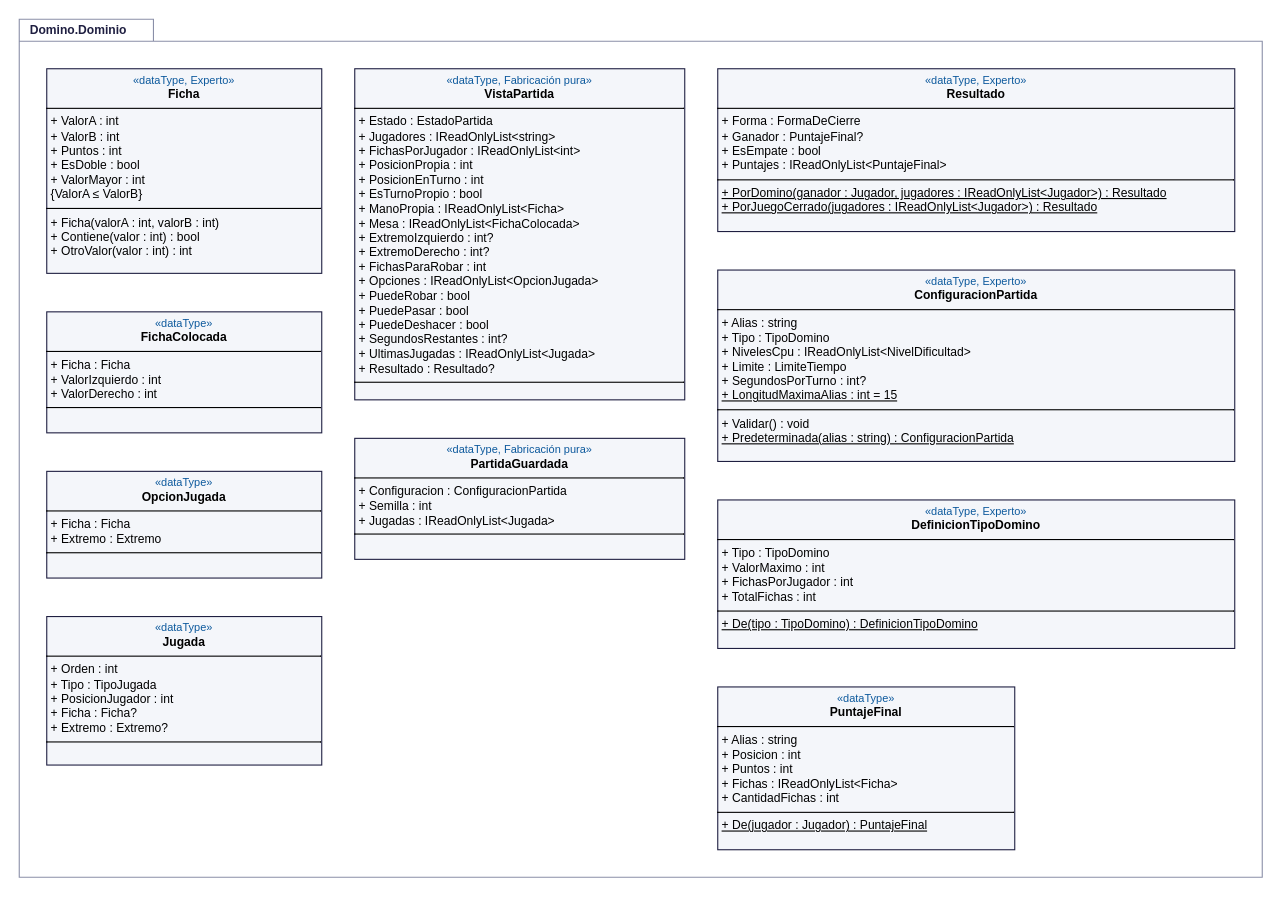
Above: Documentación/diagramas/tipos_dato.drawio in DevJulianSanchez/domino-con-patrones (draw.io), before the change. Source tidied: cells renumbered, new cells numbered last; positions are measured from the earlier drawing's top-left corner, leaving out a move shared by most shapes. Both pictures are drawn from the tidied source at 110%, with x=0, y=0 at pixel (19, 19).
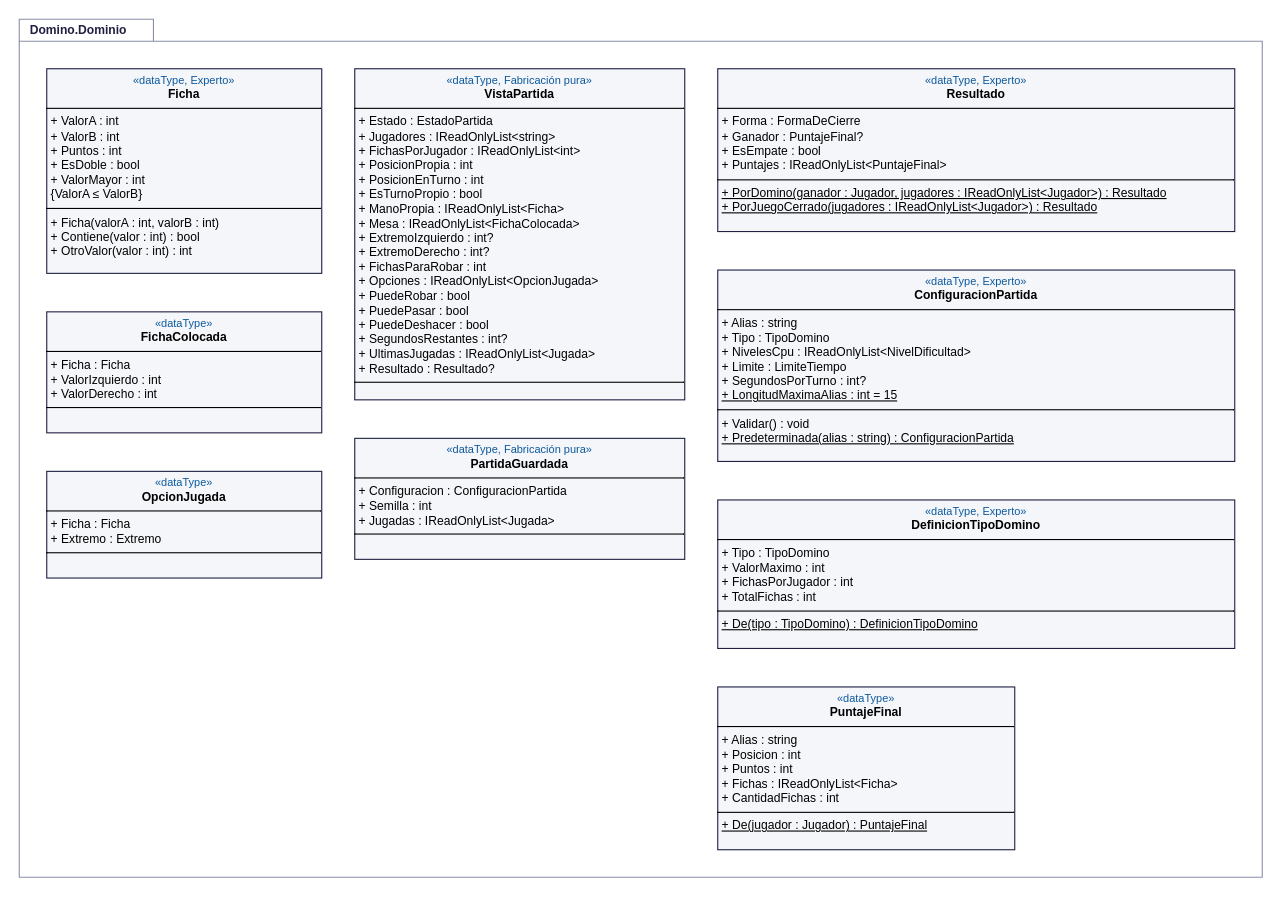
The same diagram, later.

The edit, as a diff of the source:
```diff
@@
 <mxGraphModel>
   <root>
     <mxCell id="0" />
     <mxCell id="1" parent="0" />
     <mxCell id="2" value="Domino.Dominio" style="shape=folder;tabPosition=left;tabWidth=122;tabHeight=20;html=1;fillColor=none;strokeColor=#8A8FA8;verticalAlign=top;align=left;spacingLeft=8;spacingTop=-3;fontStyle=1;fontColor=#1F1F41;fontFamily=Arial;fontSize=11;" parent="1" vertex="1">
       <mxGeometry width="1130" height="780" as="geometry" />
     </mxCell>
     <mxCell id="3" value="&lt;p style=&quot;margin:0px;margin-top:4px;text-align:center;&quot;&gt;&lt;span style=&quot;color:#0B589C;font-size:10px&quot;&gt;«dataType, Experto»&lt;/span&gt;&lt;br&gt;&lt;b&gt;Ficha&lt;/b&gt;&lt;/p&gt;&lt;hr size=&quot;1&quot; style=&quot;border-style:solid;&quot;&gt;&lt;p style=&quot;margin:0px;margin-left:4px;&quot;&gt;+ ValorA : int&lt;br&gt;+ ValorB : int&lt;br&gt;+ Puntos : int&lt;br&gt;+ EsDoble : bool&lt;br&gt;+ ValorMayor : int&lt;br&gt;{ValorA ≤ ValorB}&lt;/p&gt;&lt;hr size=&quot;1&quot; style=&quot;border-style:solid;&quot;&gt;&lt;p style=&quot;margin:0px;margin-left:4px;&quot;&gt;+ Ficha(valorA : int, valorB : int)&lt;br&gt;+ Contiene(valor : int) : bool&lt;br&gt;+ OtroValor(valor : int) : int&lt;/p&gt;" style="verticalAlign=top;align=left;overflow=fill;html=1;whiteSpace=wrap;fillColor=#F4F6FA;strokeColor=#1F1F41;fontFamily=Arial;fontSize=11;" parent="1" vertex="1">
       <mxGeometry x="25" y="45" width="250" height="186" as="geometry" />
     </mxCell>
     <mxCell id="4" value="&lt;p style=&quot;margin:0px;margin-top:4px;text-align:center;&quot;&gt;&lt;span style=&quot;color:#0B589C;font-size:10px&quot;&gt;«dataType»&lt;/span&gt;&lt;br&gt;&lt;b&gt;FichaColocada&lt;/b&gt;&lt;/p&gt;&lt;hr size=&quot;1&quot; style=&quot;border-style:solid;&quot;&gt;&lt;p style=&quot;margin:0px;margin-left:4px;&quot;&gt;+ Ficha : Ficha&lt;br&gt;+ ValorIzquierdo : int&lt;br&gt;+ ValorDerecho : int&lt;/p&gt;&lt;hr size=&quot;1&quot; style=&quot;border-style:solid;&quot;&gt;&lt;p style=&quot;margin:0px;margin-left:4px;&quot;&gt;&lt;/p&gt;" style="verticalAlign=top;align=left;overflow=fill;html=1;whiteSpace=wrap;fillColor=#F4F6FA;strokeColor=#1F1F41;fontFamily=Arial;fontSize=11;" parent="1" vertex="1">
       <mxGeometry x="25" y="266" width="250" height="110" as="geometry" />
     </mxCell>
     <mxCell id="5" value="&lt;p style=&quot;margin:0px;margin-top:4px;text-align:center;&quot;&gt;&lt;span style=&quot;color:#0B589C;font-size:10px&quot;&gt;«dataType»&lt;/span&gt;&lt;br&gt;&lt;b&gt;OpcionJugada&lt;/b&gt;&lt;/p&gt;&lt;hr size=&quot;1&quot; style=&quot;border-style:solid;&quot;&gt;&lt;p style=&quot;margin:0px;margin-left:4px;&quot;&gt;+ Ficha : Ficha&lt;br&gt;+ Extremo : Extremo&lt;/p&gt;&lt;hr size=&quot;1&quot; style=&quot;border-style:solid;&quot;&gt;&lt;p style=&quot;margin:0px;margin-left:4px;&quot;&gt;&lt;/p&gt;" style="verticalAlign=top;align=left;overflow=fill;html=1;whiteSpace=wrap;fillColor=#F4F6FA;strokeColor=#1F1F41;fontFamily=Arial;fontSize=11;" parent="1" vertex="1">
       <mxGeometry x="25" y="411" width="250" height="97" as="geometry" />
     </mxCell>
-    <mxCell id="6" value="&lt;p style=&quot;margin:0px;margin-top:4px;text-align:center;&quot;&gt;&lt;span style=&quot;color:#0B589C;font-size:10px&quot;&gt;«dataType»&lt;/span&gt;&lt;br&gt;&lt;b&gt;Jugada&lt;/b&gt;&lt;/p&gt;&lt;hr size=&quot;1&quot; style=&quot;border-style:solid;&quot;&gt;&lt;p style=&quot;margin:0px;margin-left:4px;&quot;&gt;+ Orden : int&lt;br&gt;+ Tipo : TipoJugada&lt;br&gt;+ PosicionJugador : int&lt;br&gt;+ Ficha : Ficha?&lt;br&gt;+ Extremo : Extremo?&lt;/p&gt;&lt;hr size=&quot;1&quot; style=&quot;border-style:solid;&quot;&gt;&lt;p style=&quot;margin:0px;margin-left:4px;&quot;&gt;&lt;/p&gt;" style="verticalAlign=top;align=left;overflow=fill;html=1;whiteSpace=wrap;fillColor=#F4F6FA;strokeColor=#1F1F41;fontFamily=Arial;fontSize=11;" parent="1" vertex="1">
-      <mxGeometry x="25" y="543" width="250" height="135" as="geometry" />
-    </mxCell>
     <mxCell id="7" value="&lt;p style=&quot;margin:0px;margin-top:4px;text-align:center;&quot;&gt;&lt;span style=&quot;color:#0B589C;font-size:10px&quot;&gt;«dataType, Fabricación pura»&lt;/span&gt;&lt;br&gt;&lt;b&gt;VistaPartida&lt;/b&gt;&lt;/p&gt;&lt;hr size=&quot;1&quot; style=&quot;border-style:solid;&quot;&gt;&lt;p style=&quot;margin:0px;margin-left:4px;&quot;&gt;+ Estado : EstadoPartida&lt;br&gt;+ Jugadores : IReadOnlyList&amp;lt;string&amp;gt;&lt;br&gt;+ FichasPorJugador : IReadOnlyList&amp;lt;int&amp;gt;&lt;br&gt;+ PosicionPropia : int&lt;br&gt;+ PosicionEnTurno : int&lt;br&gt;+ EsTurnoPropio : bool&lt;br&gt;+ ManoPropia : IReadOnlyList&amp;lt;Ficha&amp;gt;&lt;br&gt;+ Mesa : IReadOnlyList&amp;lt;FichaColocada&amp;gt;&lt;br&gt;+ ExtremoIzquierdo : int?&lt;br&gt;+ ExtremoDerecho : int?&lt;br&gt;+ FichasParaRobar : int&lt;br&gt;+ Opciones : IReadOnlyList&amp;lt;OpcionJugada&amp;gt;&lt;br&gt;+ PuedeRobar : bool&lt;br&gt;+ PuedePasar : bool&lt;br&gt;+ PuedeDeshacer : bool&lt;br&gt;+ SegundosRestantes : int?&lt;br&gt;+ UltimasJugadas : IReadOnlyList&amp;lt;Jugada&amp;gt;&lt;br&gt;+ Resultado : Resultado?&lt;/p&gt;&lt;hr size=&quot;1&quot; style=&quot;border-style:solid;&quot;&gt;&lt;p style=&quot;margin:0px;margin-left:4px;&quot;&gt;&lt;/p&gt;" style="verticalAlign=top;align=left;overflow=fill;html=1;whiteSpace=wrap;fillColor=#F4F6FA;strokeColor=#1F1F41;fontFamily=Arial;fontSize=11;" parent="1" vertex="1">
       <mxGeometry x="305" y="45" width="300" height="301" as="geometry" />
     </mxCell>
     <mxCell id="8" value="&lt;p style=&quot;margin:0px;margin-top:4px;text-align:center;&quot;&gt;&lt;span style=&quot;color:#0B589C;font-size:10px&quot;&gt;«dataType, Fabricación pura»&lt;/span&gt;&lt;br&gt;&lt;b&gt;PartidaGuardada&lt;/b&gt;&lt;/p&gt;&lt;hr size=&quot;1&quot; style=&quot;border-style:solid;&quot;&gt;&lt;p style=&quot;margin:0px;margin-left:4px;&quot;&gt;+ Configuracion : ConfiguracionPartida&lt;br&gt;+ Semilla : int&lt;br&gt;+ Jugadas : IReadOnlyList&amp;lt;Jugada&amp;gt;&lt;/p&gt;&lt;hr size=&quot;1&quot; style=&quot;border-style:solid;&quot;&gt;&lt;p style=&quot;margin:0px;margin-left:4px;&quot;&gt;&lt;/p&gt;" style="verticalAlign=top;align=left;overflow=fill;html=1;whiteSpace=wrap;fillColor=#F4F6FA;strokeColor=#1F1F41;fontFamily=Arial;fontSize=11;" parent="1" vertex="1">
       <mxGeometry x="305" y="381" width="300" height="110" as="geometry" />
     </mxCell>
     <mxCell id="9" value="&lt;p style=&quot;margin:0px;margin-top:4px;text-align:center;&quot;&gt;&lt;span style=&quot;color:#0B589C;font-size:10px&quot;&gt;«dataType, Experto»&lt;/span&gt;&lt;br&gt;&lt;b&gt;Resultado&lt;/b&gt;&lt;/p&gt;&lt;hr size=&quot;1&quot; style=&quot;border-style:solid;&quot;&gt;&lt;p style=&quot;margin:0px;margin-left:4px;&quot;&gt;+ Forma : FormaDeCierre&lt;br&gt;+ Ganador : PuntajeFinal?&lt;br&gt;+ EsEmpate : bool&lt;br&gt;+ Puntajes : IReadOnlyList&amp;lt;PuntajeFinal&amp;gt;&lt;/p&gt;&lt;hr size=&quot;1&quot; style=&quot;border-style:solid;&quot;&gt;&lt;p style=&quot;margin:0px;margin-left:4px;&quot;&gt;&lt;u&gt;+ PorDomino(ganador : Jugador, jugadores : IReadOnlyList&amp;lt;Jugador&amp;gt;) : Resultado&lt;/u&gt;&lt;br&gt;&lt;u&gt;+ PorJuegoCerrado(jugadores : IReadOnlyList&amp;lt;Jugador&amp;gt;) : Resultado&lt;/u&gt;&lt;/p&gt;" style="verticalAlign=top;align=left;overflow=fill;html=1;whiteSpace=wrap;fillColor=#F4F6FA;strokeColor=#1F1F41;fontFamily=Arial;fontSize=11;" parent="1" vertex="1">
       <mxGeometry x="635" y="45" width="470" height="148" as="geometry" />
     </mxCell>
     <mxCell id="10" value="&lt;p style=&quot;margin:0px;margin-top:4px;text-align:center;&quot;&gt;&lt;span style=&quot;color:#0B589C;font-size:10px&quot;&gt;«dataType, Experto»&lt;/span&gt;&lt;br&gt;&lt;b&gt;ConfiguracionPartida&lt;/b&gt;&lt;/p&gt;&lt;hr size=&quot;1&quot; style=&quot;border-style:solid;&quot;&gt;&lt;p style=&quot;margin:0px;margin-left:4px;&quot;&gt;+ Alias : string&lt;br&gt;+ Tipo : TipoDomino&lt;br&gt;+ NivelesCpu : IReadOnlyList&amp;lt;NivelDificultad&amp;gt;&lt;br&gt;+ Limite : LimiteTiempo&lt;br&gt;+ SegundosPorTurno : int?&lt;br&gt;&lt;u&gt;+ LongitudMaximaAlias : int = 15&lt;/u&gt;&lt;/p&gt;&lt;hr size=&quot;1&quot; style=&quot;border-style:solid;&quot;&gt;&lt;p style=&quot;margin:0px;margin-left:4px;&quot;&gt;+ Validar() : void&lt;br&gt;&lt;u&gt;+ Predeterminada(alias : string) : ConfiguracionPartida&lt;/u&gt;&lt;/p&gt;" style="verticalAlign=top;align=left;overflow=fill;html=1;whiteSpace=wrap;fillColor=#F4F6FA;strokeColor=#1F1F41;fontFamily=Arial;fontSize=11;" parent="1" vertex="1">
       <mxGeometry x="635" y="228" width="470" height="174" as="geometry" />
     </mxCell>
     <mxCell id="11" value="&lt;p style=&quot;margin:0px;margin-top:4px;text-align:center;&quot;&gt;&lt;span style=&quot;color:#0B589C;font-size:10px&quot;&gt;«dataType, Experto»&lt;/span&gt;&lt;br&gt;&lt;b&gt;DefinicionTipoDomino&lt;/b&gt;&lt;/p&gt;&lt;hr size=&quot;1&quot; style=&quot;border-style:solid;&quot;&gt;&lt;p style=&quot;margin:0px;margin-left:4px;&quot;&gt;+ Tipo : TipoDomino&lt;br&gt;+ ValorMaximo : int&lt;br&gt;+ FichasPorJugador : int&lt;br&gt;+ TotalFichas : int&lt;/p&gt;&lt;hr size=&quot;1&quot; style=&quot;border-style:solid;&quot;&gt;&lt;p style=&quot;margin:0px;margin-left:4px;&quot;&gt;&lt;u&gt;+ De(tipo : TipoDomino) : DefinicionTipoDomino&lt;/u&gt;&lt;/p&gt;" style="verticalAlign=top;align=left;overflow=fill;html=1;whiteSpace=wrap;fillColor=#F4F6FA;strokeColor=#1F1F41;fontFamily=Arial;fontSize=11;" parent="1" vertex="1">
       <mxGeometry x="635" y="437" width="470" height="135" as="geometry" />
     </mxCell>
     <mxCell id="12" value="&lt;p style=&quot;margin:0px;margin-top:4px;text-align:center;&quot;&gt;&lt;span style=&quot;color:#0B589C;font-size:10px&quot;&gt;«dataType»&lt;/span&gt;&lt;br&gt;&lt;b&gt;PuntajeFinal&lt;/b&gt;&lt;/p&gt;&lt;hr size=&quot;1&quot; style=&quot;border-style:solid;&quot;&gt;&lt;p style=&quot;margin:0px;margin-left:4px;&quot;&gt;+ Alias : string&lt;br&gt;+ Posicion : int&lt;br&gt;+ Puntos : int&lt;br&gt;+ Fichas : IReadOnlyList&amp;lt;Ficha&amp;gt;&lt;br&gt;+ CantidadFichas : int&lt;/p&gt;&lt;hr size=&quot;1&quot; style=&quot;border-style:solid;&quot;&gt;&lt;p style=&quot;margin:0px;margin-left:4px;&quot;&gt;&lt;u&gt;+ De(jugador : Jugador) : PuntajeFinal&lt;/u&gt;&lt;/p&gt;" style="verticalAlign=top;align=left;overflow=fill;html=1;whiteSpace=wrap;fillColor=#F4F6FA;strokeColor=#1F1F41;fontFamily=Arial;fontSize=11;" parent="1" vertex="1">
       <mxGeometry x="635" y="607" width="270" height="148" as="geometry" />
     </mxCell>
   </root>
 </mxGraphModel>
```
